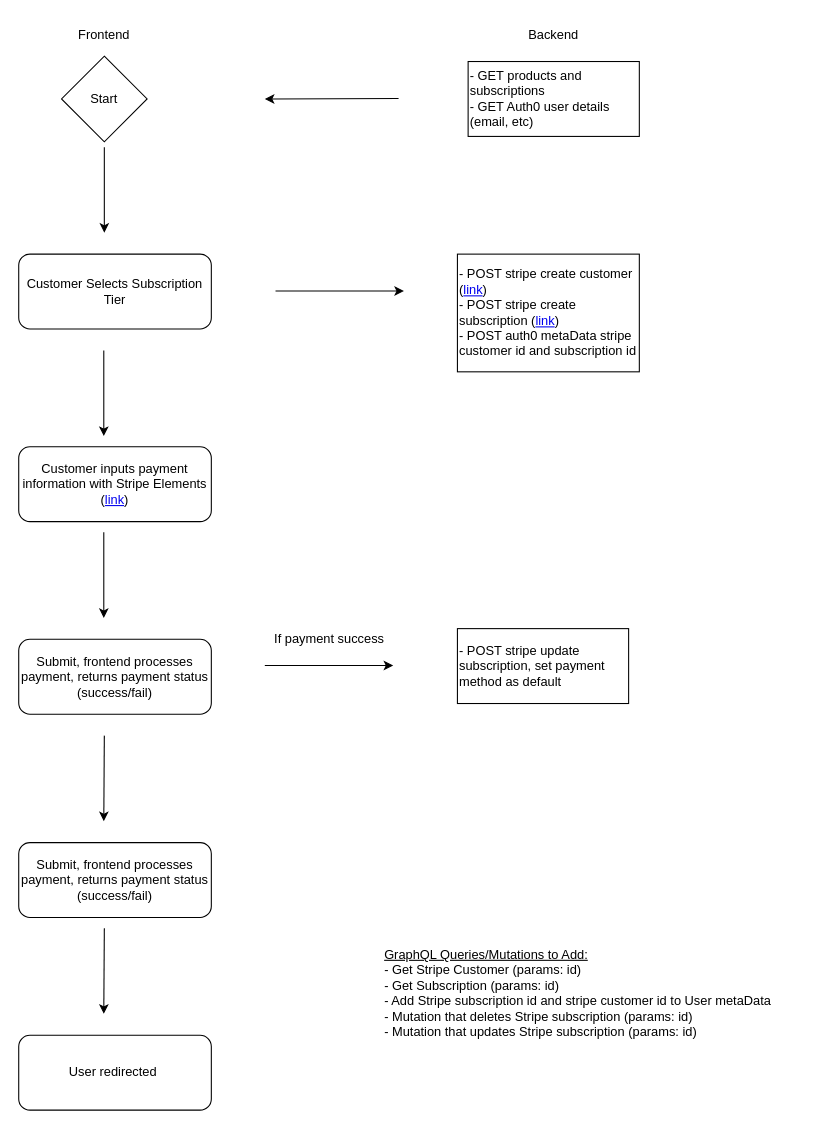
Earlier version of the draw.io diagram Untitled Diagram.drawio (kc9gpj/testApp). Source tidied: cells renumbered, new cells numbered last; positions are measured from the earlier drawing's top-left corner, leaving out a move shared by most shapes. Both pictures are drawn from the tidied source at 107%, with x=0, y=0 at pixel (18, 18).
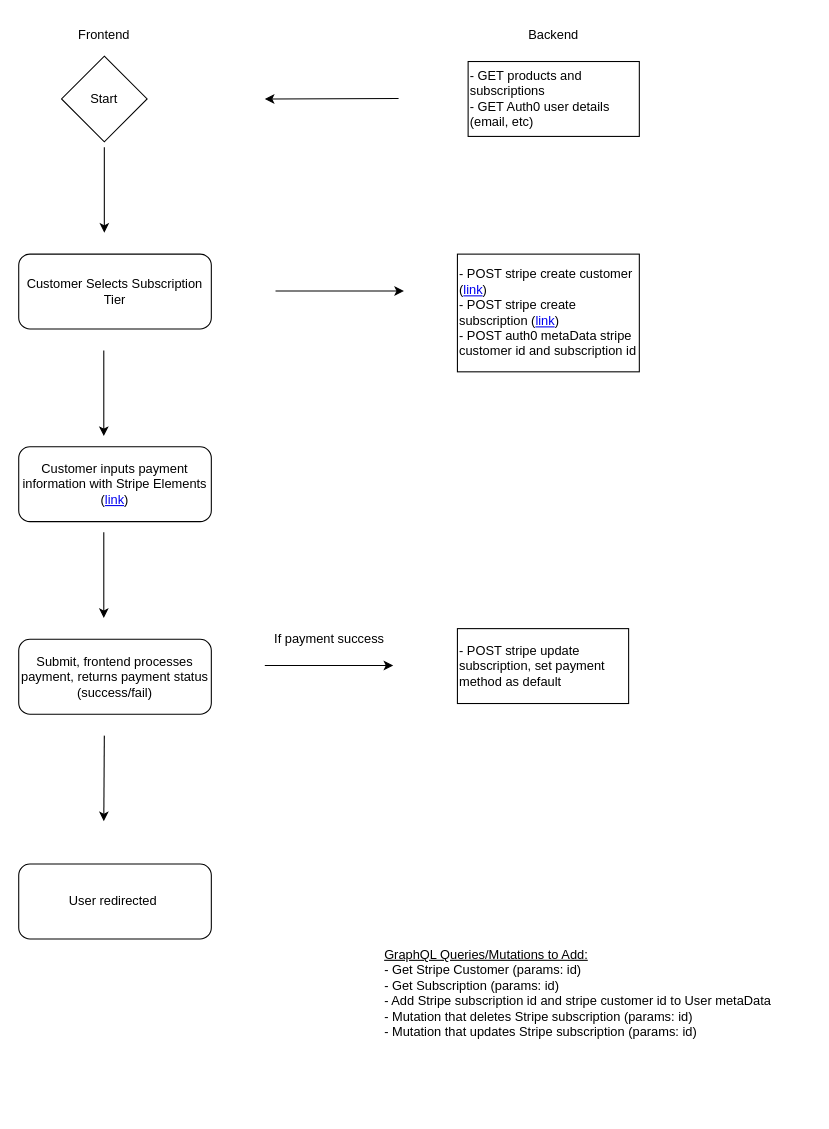
The same page after the edit.

What changed in the source:
```diff
@@
-    <mxCell id="13" style="endArrow=classic;html=1;rounded=0;" parent="1" edge="1">
-      <mxGeometry relative="1" as="geometry">
-        <mxPoint x="80" y="850" as="sourcePoint" />
-        <mxPoint x="79.5" y="930" as="targetPoint" />
-      </mxGeometry>
-    </mxCell>
     <mxCell id="14" value="User redirected&amp;nbsp;" style="rounded=1;whiteSpace=wrap;html=1;" parent="1" vertex="1">
-      <mxGeometry y="950" width="180" height="70" as="geometry" />
+      <mxGeometry y="790" width="180" height="70" as="geometry" />
     </mxCell>
@@
-    <mxCell id="20" value="Submit, frontend processes payment, returns payment status (success/fail)" style="rounded=1;whiteSpace=wrap;html=1;" parent="1" vertex="1">
-      <mxGeometry y="770" width="180" height="70" as="geometry" />
-    </mxCell>
```
